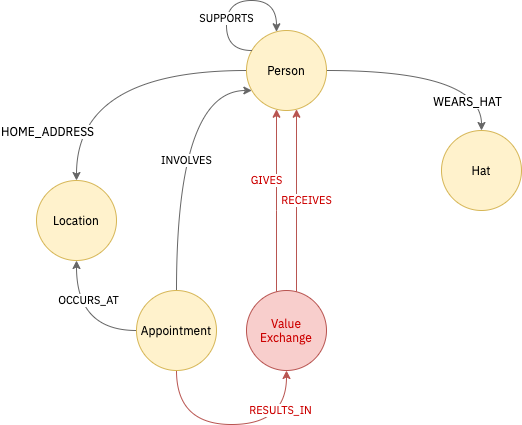
This is .gitbook/assets/graph-schema-overview.png from equalcarecoop/eccoo-tech-docs, a draw.io export, as it was before one commit. Source tidied: cells renumbered, new cells last; positions are measured from the earlier drawing's top-left corner, leaving out a move shared by most shapes.
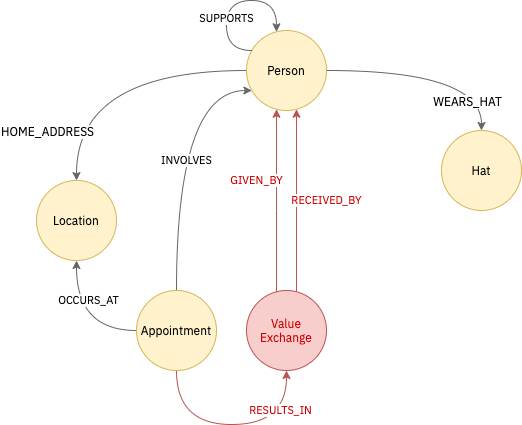
After the change.

Commit message:
GitBook: [master] no pages and one asset modified

What changed in the source:
```diff
@@ -59,16 +59,16 @@
         </Array>
       </mxGeometry>
     </mxCell>
-    <mxCell id="15" value="GIVES" style="edgeStyle=orthogonalEdgeStyle;curved=1;jettySize=auto;html=1;fontFamily=IBM Plex Sans;fillColor=#f8cecc;strokeColor=#b85450;fontColor=#CC0000;" parent="1" edge="1" source="8" target="6">
-      <mxGeometry x="0.22" y="10" relative="1" as="geometry">
+    <mxCell id="15" value="GIVEN_BY" style="edgeStyle=orthogonalEdgeStyle;curved=1;jettySize=auto;html=1;fontFamily=IBM Plex Sans;fillColor=#f8cecc;strokeColor=#b85450;fontColor=#CC0000;" parent="1" edge="1" source="8" target="6">
+      <mxGeometry x="0.22" y="20" relative="1" as="geometry">
         <Array as="points">
           <mxPoint x="240" y="210" />
           <mxPoint x="240" y="210" />
         </Array>
       </mxGeometry>
     </mxCell>
-    <mxCell id="16" value="RECEIVES" style="edgeStyle=orthogonalEdgeStyle;curved=1;jettySize=auto;html=1;fontFamily=IBM Plex Sans;fillColor=#f8cecc;strokeColor=#b85450;fontColor=#CC0000;" parent="1" edge="1" source="8" target="6">
-      <mxGeometry y="-10" relative="1" as="geometry">
+    <mxCell id="16" value="RECEIVED_BY" style="edgeStyle=orthogonalEdgeStyle;curved=1;jettySize=auto;html=1;fontFamily=IBM Plex Sans;fillColor=#f8cecc;strokeColor=#b85450;fontColor=#CC0000;" parent="1" edge="1" source="8" target="6">
+      <mxGeometry y="-30" relative="1" as="geometry">
         <Array as="points">
           <mxPoint x="260" y="200" />
           <mxPoint x="260" y="200" />
```
